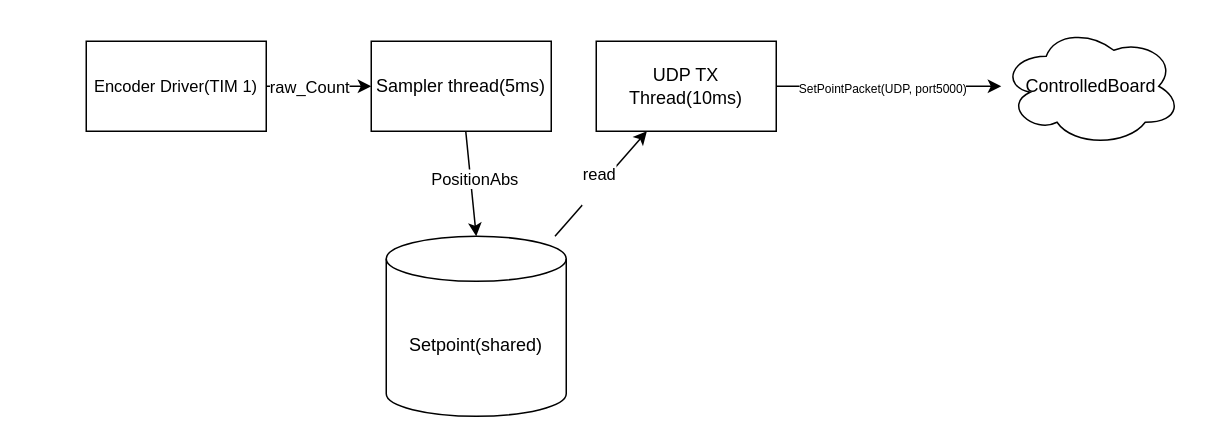
Above: docs/diagrams/dfd_steering_board.drawio in fabiesposit/Digital-Steer-by-Wire-Motor-Controller- (draw.io), before the change. Source tidied: cells renumbered, new cells numbered last; positions are measured from the earlier drawing's top-left corner, leaving out a move shared by most shapes. Both pictures are drawn from the tidied source at 150%, with x=0, y=0 at pixel (86, 26).
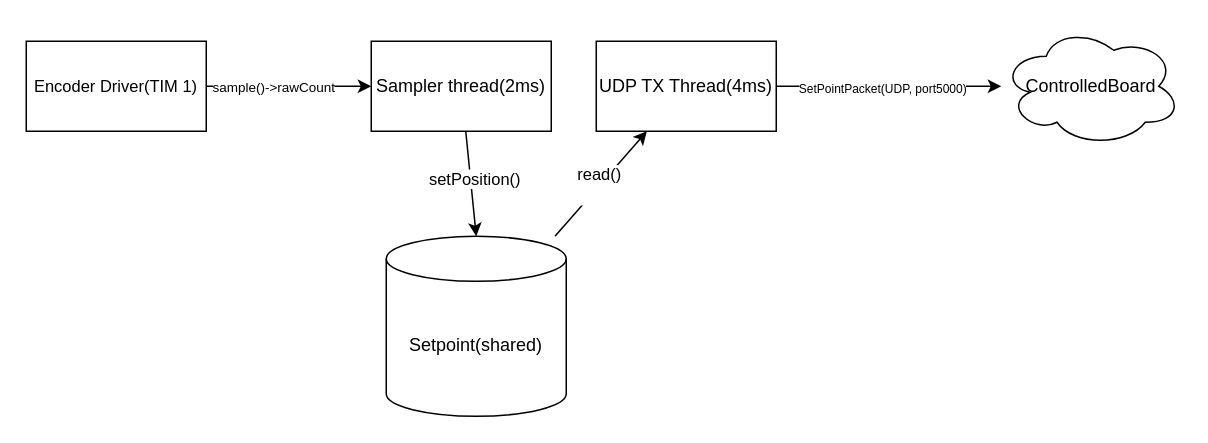
The same diagram, later.

Change to the diagram source:
```diff
@@
 <mxGraphModel>
   <root>
     <mxCell id="0" />
     <mxCell id="1" parent="0" />
     <mxCell id="2" value="&lt;font style=&quot;font-size: 11px;&quot;&gt;Encoder Driver(TIM 1)&lt;/font&gt;" style="rounded=0;whiteSpace=wrap;html=1;" parent="1" vertex="1">
-      <mxGeometry y="10" width="120" height="60" as="geometry" />
+      <mxGeometry x="-40" y="10" width="120" height="60" as="geometry" />
     </mxCell>
-    <mxCell id="3" value="Sampler thread(5ms)" style="rounded=0;whiteSpace=wrap;html=1;" parent="1" vertex="1">
+    <mxCell id="3" value="Sampler thread(2ms)" style="rounded=0;whiteSpace=wrap;html=1;" parent="1" vertex="1">
       <mxGeometry x="190" y="10" width="120" height="60" as="geometry" />
     </mxCell>
-    <mxCell id="4" value="UDP TX Thread(10ms)" style="rounded=0;whiteSpace=wrap;html=1;" parent="1" vertex="1">
+    <mxCell id="4" value="UDP TX Thread(4ms)" style="rounded=0;whiteSpace=wrap;html=1;" parent="1" vertex="1">
       <mxGeometry x="340" y="10" width="120" height="60" as="geometry" />
     </mxCell>
     <mxCell id="5" value="Setpoint(shared)" style="shape=cylinder3;whiteSpace=wrap;html=1;boundedLbl=1;backgroundOutline=1;size=15;" parent="1" vertex="1">
       <mxGeometry x="200" y="140" width="120" height="120" as="geometry" />
     </mxCell>
     <mxCell id="6" style="endArrow=classic;html=1;rounded=0;" parent="1" edge="1" source="2" target="3">
       <mxGeometry relative="1" as="geometry" />
     </mxCell>
-    <mxCell id="7" value="raw_Count" style="edgeLabel;html=1;align=center;verticalAlign=middle;" parent="6" vertex="1">
+    <mxCell id="7" value="sample()-&amp;gt;rawCount" style="edgeLabel;html=1;align=center;verticalAlign=middle;fontSize=9;" parent="6" vertex="1">
       <mxGeometry x="-0.2" relative="1" as="geometry" />
     </mxCell>
     <mxCell id="8" style="endArrow=classic;html=1;rounded=0;entryX=0.5;entryY=0;entryDx=0;entryDy=0;entryPerimeter=0;" parent="1" edge="1" source="3" target="5">
       <mxGeometry relative="1" as="geometry" />
     </mxCell>
-    <mxCell id="9" value="PositionAbs" style="edgeLabel;html=1;align=center;verticalAlign=middle;" parent="8" vertex="1">
+    <mxCell id="9" value="setPosition()" style="edgeLabel;html=1;align=center;verticalAlign=middle;" parent="8" vertex="1">
       <mxGeometry x="-0.08" y="2" relative="1" as="geometry" />
     </mxCell>
     <mxCell id="10" style="endArrow=classic;html=1;rounded=0;" parent="1" edge="1" source="5" target="4">
       <mxGeometry relative="1" as="geometry" />
     </mxCell>
-    <mxCell id="11" value="read&lt;div&gt;&lt;br&gt;&lt;/div&gt;" style="edgeLabel;html=1;align=center;verticalAlign=middle;" parent="10" vertex="1">
+    <mxCell id="11" value="read()&lt;div&gt;&lt;br&gt;&lt;/div&gt;" style="edgeLabel;html=1;align=center;verticalAlign=middle;" parent="10" vertex="1">
       <mxGeometry x="-0.04" y="1" relative="1" as="geometry" />
     </mxCell>
     <mxCell id="12" value="ControlledBoard" style="ellipse;shape=cloud;whiteSpace=wrap;html=1;" parent="1" vertex="1">
       <mxGeometry x="610" width="120" height="80" as="geometry" />
     </mxCell>
     <mxCell id="13" style="endArrow=classic;html=1;rounded=0;" parent="1" edge="1" source="4" target="12">
       <mxGeometry relative="1" as="geometry" />
     </mxCell>
     <mxCell id="14" value="&lt;font style=&quot;font-size: 8px;&quot;&gt;SetPointPacket(UDP, port5000)&lt;/font&gt;" style="edgeLabel;html=1;align=center;verticalAlign=middle;" parent="13" vertex="1">
       <mxGeometry x="-0.36" y="-3" relative="1" as="geometry">
         <mxPoint x="22" y="-3" as="offset" />
       </mxGeometry>
     </mxCell>
   </root>
 </mxGraphModel>
```
